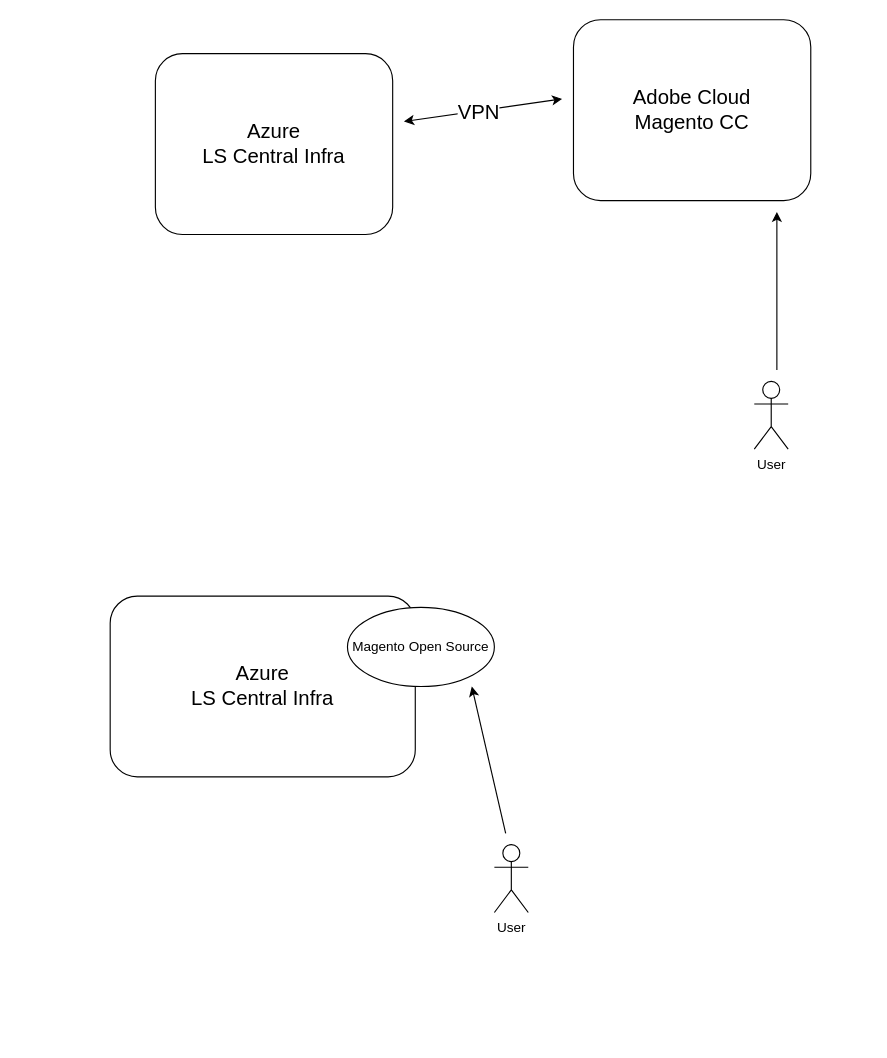
Above: page "Page-2" (2 of 2) of EComm_Process_Flow.drawio in kasungl/Isetan_Help (draw.io), before the change. Source tidied: cells renumbered, new cells numbered last; positions are measured from the earlier drawing's top-left corner, leaving out a move shared by most shapes. Both pictures are drawn from the tidied source at 113%, with x=0, y=0 at pixel (110, 19).
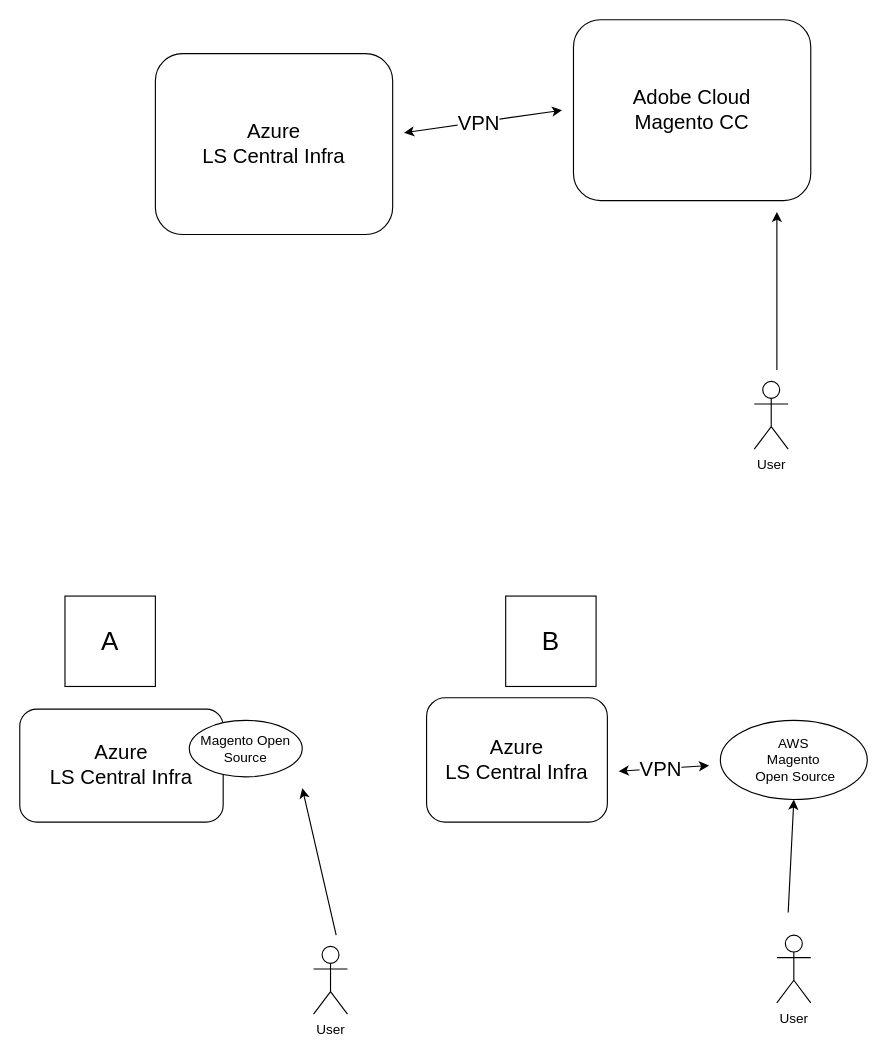
Above is the later version.

The edit, as a diff of the source:
```diff
@@
     <mxCell id="4" style="endArrow=classic;startArrow=classic;html=1;rounded=0;" parent="1" edge="1">
       <mxGeometry relative="1" as="geometry">
-        <mxPoint x="260" y="90" as="sourcePoint" />
-        <mxPoint x="400" y="70" as="targetPoint" />
+        <mxPoint x="260" y="100" as="sourcePoint" />
+        <mxPoint x="400" y="80" as="targetPoint" />
       </mxGeometry>
     </mxCell>
@@
     <mxCell id="8" value="&lt;font style=&quot;font-size: 18px;&quot;&gt;Azure&lt;br&gt;LS Central Infra&lt;/font&gt;" style="rounded=1;whiteSpace=wrap;html=1;" parent="1" vertex="1">
-      <mxGeometry y="510" width="270" height="160" as="geometry" />
+      <mxGeometry x="-80" y="610" width="180" height="100" as="geometry" />
     </mxCell>
     <mxCell id="9" value="User" style="shape=umlActor;verticalLabelPosition=bottom;verticalAlign=top;html=1;" parent="1" vertex="1">
-      <mxGeometry x="340" y="730" width="30" height="60" as="geometry" />
+      <mxGeometry x="180" y="820" width="30" height="60" as="geometry" />
     </mxCell>
     <mxCell id="10" style="endArrow=classic;html=1;rounded=0;" parent="1" edge="1">
       <mxGeometry relative="1" as="geometry">
-        <mxPoint x="350" y="720" as="sourcePoint" />
-        <mxPoint x="320" y="590" as="targetPoint" />
+        <mxPoint x="200" y="810" as="sourcePoint" />
+        <mxPoint x="170" y="680" as="targetPoint" />
       </mxGeometry>
     </mxCell>
     <mxCell id="11" value="Magento Open Source" style="ellipse;whiteSpace=wrap;html=1;" parent="1" vertex="1">
-      <mxGeometry x="210" y="520" width="130" height="70" as="geometry" />
+      <mxGeometry x="70" y="620" width="100" height="50" as="geometry" />
     </mxCell>
+    <mxCell id="12" value="&lt;font style=&quot;font-size: 18px;&quot;&gt;Azure&lt;br&gt;LS Central Infra&lt;/font&gt;" style="rounded=1;whiteSpace=wrap;html=1;" parent="1" vertex="1">
+      <mxGeometry x="280" y="600" width="160" height="110" as="geometry" />
+    </mxCell>
+    <mxCell id="13" value="User" style="shape=umlActor;verticalLabelPosition=bottom;verticalAlign=top;html=1;" parent="1" vertex="1">
+      <mxGeometry x="590" y="810" width="30" height="60" as="geometry" />
+    </mxCell>
+    <mxCell id="14" style="endArrow=classic;html=1;rounded=0;entryX=0.5;entryY=1;entryDx=0;entryDy=0;" parent="1" edge="1" target="15">
+      <mxGeometry relative="1" as="geometry">
+        <mxPoint x="600" y="790" as="sourcePoint" />
+      </mxGeometry>
+    </mxCell>
+    <mxCell id="15" value="AWS &lt;br&gt;Magento&lt;br&gt;&amp;nbsp;Open Source" style="ellipse;whiteSpace=wrap;html=1;" parent="1" vertex="1">
+      <mxGeometry x="540" y="620" width="130" height="70" as="geometry" />
+    </mxCell>
+    <mxCell id="16" style="endArrow=classic;startArrow=classic;html=1;rounded=0;" parent="1" edge="1">
+      <mxGeometry relative="1" as="geometry">
+        <mxPoint x="450" y="665" as="sourcePoint" />
+        <mxPoint x="530" y="660" as="targetPoint" />
+      </mxGeometry>
+    </mxCell>
+    <mxCell id="17" value="VPN" style="edgeLabel;html=1;align=center;verticalAlign=middle;fontSize=18;" parent="16" vertex="1">
+      <mxGeometry x="-0.07" y="-1" relative="1" as="geometry" />
+    </mxCell>
+    <mxCell id="18" value="&lt;font style=&quot;font-size: 23px;&quot;&gt;A&lt;/font&gt;" style="whiteSpace=wrap;html=1;" parent="1" vertex="1">
+      <mxGeometry x="-40" y="510" width="80" height="80" as="geometry" />
+    </mxCell>
+    <mxCell id="19" value="&lt;font style=&quot;font-size: 23px;&quot;&gt;B&lt;/font&gt;" style="whiteSpace=wrap;html=1;" parent="1" vertex="1">
+      <mxGeometry x="350" y="510" width="80" height="80" as="geometry" />
+    </mxCell>
```
